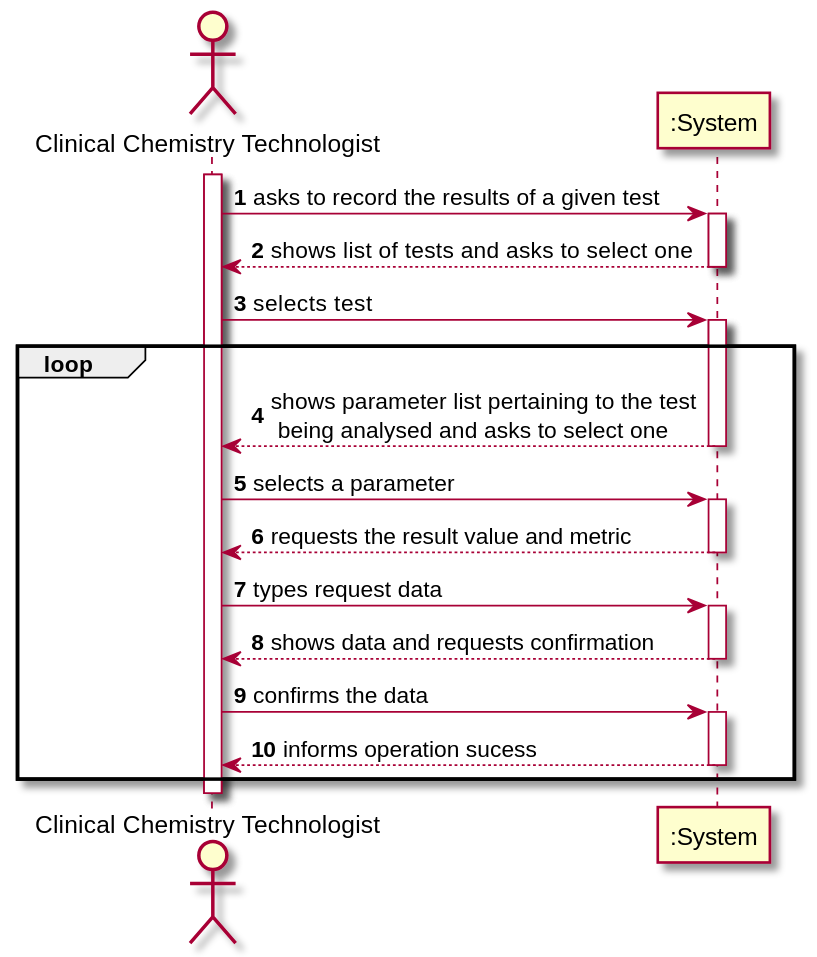
The PlantUML diagram docs/SprintC/US12_ResultsOfTest/US012_SSD.svg in Pedromaia26/LAPR2-ISEP, before a commit.
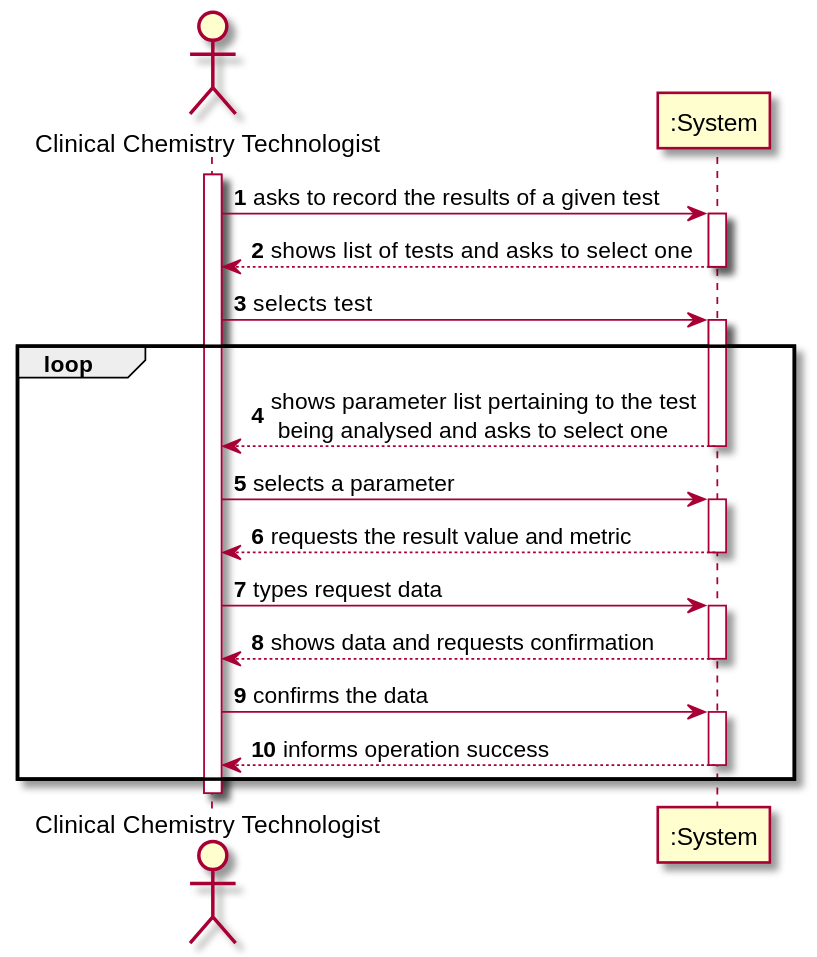
Later version of the same file.

Change to the diagram source:
```diff
@@ -30,7 +30,7 @@
 
 CCT -> S: confirms the data
 activate S
-S --> CCT: informs operation sucess
+S --> CCT: informs operation success
 deactivate S
 end
 
```
